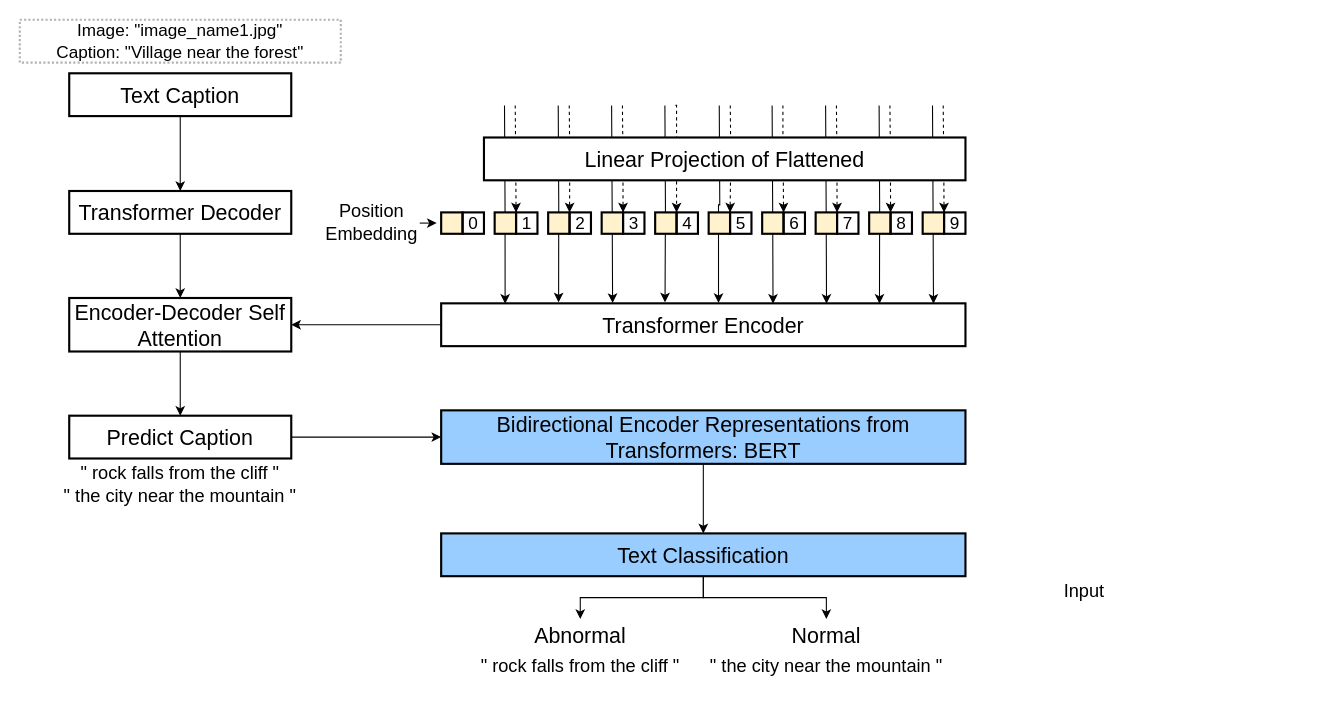
MingNarongthat/Anomaly_Transformers keeps this draw.io diagram as page "Architecture Flow Classification" (3 of 7) of Architecture.drawio. Above is the earlier version. Source tidied: cells renumbered, new cells numbered last; positions are measured from the earlier drawing's top-left corner, leaving out a move shared by most shapes. Both pictures are drawn from the tidied source at 107%, with x=0, y=0 at pixel (-739, 19).
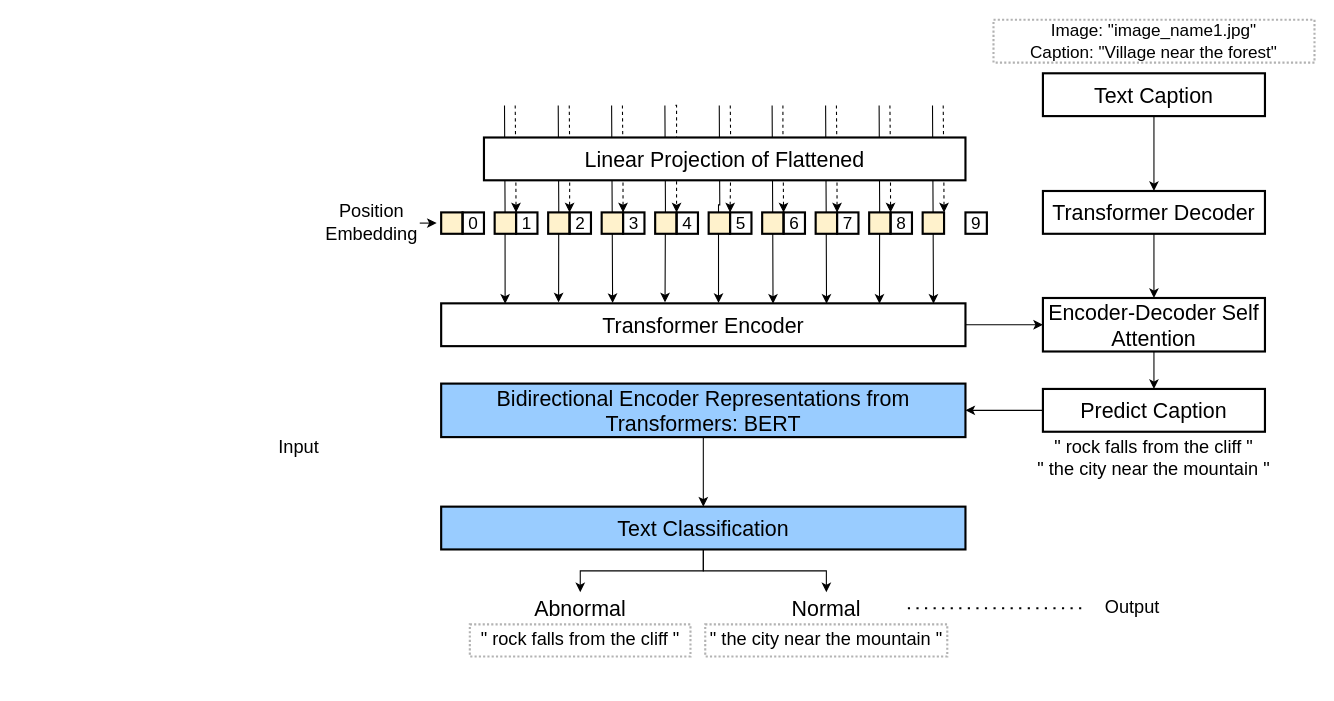
Above is the later version.

Unchanged cells that the change refers to:
```xml
<mxCell id="31" value="Transformer Encoder" style="rounded=0;whiteSpace=wrap;html=1;strokeWidth=2;fontSize=20;" parent="1" vertex="1">
  <mxGeometry x="1102.8" y="265" width="490" height="40" as="geometry" />
</mxCell>
```

What changed in the source:
```diff
@@
     <mxCell id="23" value="Text Caption" style="rounded=0;whiteSpace=wrap;html=1;strokeWidth=2;fontSize=20;" parent="1" vertex="1">
-      <mxGeometry x="755.2" y="50" width="207.5" height="40" as="geometry" />
+      <mxGeometry x="1665.2" y="50" width="207.5" height="40" as="geometry" />
     </mxCell>
-    <mxCell id="24" style="edgeStyle=orthogonalEdgeStyle;shape=connector;rounded=0;sketch=0;jumpStyle=none;jettySize=auto;html=1;exitX=1;exitY=0.5;exitDx=0;exitDy=0;entryX=0;entryY=0.5;entryDx=0;entryDy=0;shadow=0;labelBackgroundColor=default;strokeColor=default;fontFamily=Helvetica;fontSize=16;fontColor=default;endArrow=classic;" parent="1" edge="1" source="25" target="33">
+    <mxCell id="24" style="edgeStyle=orthogonalEdgeStyle;rounded=0;jettySize=auto;html=1;exitX=0;exitY=0.5;exitDx=0;exitDy=0;entryX=1;entryY=0.5;entryDx=0;entryDy=0;" parent="1" edge="1" source="25" target="33">
       <mxGeometry relative="1" as="geometry" />
     </mxCell>
     <mxCell id="25" value="Predict Caption" style="rounded=0;whiteSpace=wrap;html=1;strokeWidth=2;fontSize=20;" parent="1" vertex="1">
-      <mxGeometry x="755.2" y="370" width="207.5" height="40" as="geometry" />
+      <mxGeometry x="1665.2" y="345" width="207.5" height="40" as="geometry" />
     </mxCell>
     <mxCell id="26" value="Image: &quot;image_name1.jpg&quot;&lt;br style=&quot;font-size: 16px;&quot;&gt;Caption: &quot;Village near the forest&quot;" style="rounded=0;whiteSpace=wrap;html=1;strokeColor=default;strokeWidth=2;fillColor=none;gradientColor=default;dashed=1;dashPattern=1 1;perimeterSpacing=2;opacity=30;fontSize=16;" parent="1" vertex="1">
-      <mxGeometry x="709" width="300" height="40" as="geometry" />
+      <mxGeometry x="1619" width="300" height="40" as="geometry" />
     </mxCell>
@@
     <mxCell id="28" value="Transformer Decoder" style="rounded=0;whiteSpace=wrap;html=1;strokeWidth=2;fontSize=20;" parent="1" vertex="1">
-      <mxGeometry x="755.2" y="160" width="207.5" height="40" as="geometry" />
+      <mxGeometry x="1665.2" y="160" width="207.5" height="40" as="geometry" />
     </mxCell>
@@
-    <mxCell id="30" style="edgeStyle=orthogonalEdgeStyle;shape=connector;rounded=0;sketch=0;jumpStyle=none;jettySize=auto;html=1;exitX=0;exitY=0.5;exitDx=0;exitDy=0;entryX=1;entryY=0.5;entryDx=0;entryDy=0;shadow=0;labelBackgroundColor=default;strokeColor=default;fontFamily=Helvetica;fontSize=16;fontColor=default;endArrow=classic;" parent="1" edge="1" source="31" target="41">
+    <mxCell id="30" style="edgeStyle=orthogonalEdgeStyle;rounded=0;jettySize=auto;html=1;exitX=1;exitY=0.5;exitDx=0;exitDy=0;entryX=0;entryY=0.5;entryDx=0;entryDy=0;" parent="1" edge="1" source="31" target="41">
       <mxGeometry relative="1" as="geometry" />
     </mxCell>
@@
     <mxCell id="33" value="Bidirectional Encoder Representations from Transformers: BERT" style="rounded=0;whiteSpace=wrap;html=1;strokeColor=#000000;strokeWidth=2;fillColor=#99CCFF;gradientColor=none;fontSize=20;" parent="1" vertex="1">
-      <mxGeometry x="1102.8" y="365" width="490" height="50" as="geometry" />
+      <mxGeometry x="1102.8" y="340" width="490" height="50" as="geometry" />
     </mxCell>
@@
     <mxCell id="36" value="Text Classification" style="rounded=0;whiteSpace=wrap;html=1;strokeColor=#000000;strokeWidth=2;fillColor=#99CCFF;gradientColor=none;fontSize=20;" parent="1" vertex="1">
-      <mxGeometry x="1102.8" y="480" width="490" height="40" as="geometry" />
+      <mxGeometry x="1102.8" y="455" width="490" height="40" as="geometry" />
     </mxCell>
     <mxCell id="37" value="Input" style="rounded=0;whiteSpace=wrap;html=1;fontSize=17;fillColor=none;strokeColor=none;align=center;" parent="1" vertex="1">
-      <mxGeometry x="1659" y="520" width="90" height="30" as="geometry" />
+      <mxGeometry x="925.3" y="385" width="90" height="30" as="geometry" />
     </mxCell>
@@
     <mxCell id="40" value="&quot; rock falls from the cliff &quot;&lt;br&gt;&quot; the city near the mountain &quot;" style="rounded=0;whiteSpace=wrap;html=1;fontSize=17;fillColor=none;strokeColor=none;align=center;" parent="1" vertex="1">
-      <mxGeometry x="729" y="420" width="260" height="30" as="geometry" />
+      <mxGeometry x="1639" y="395" width="260" height="30" as="geometry" />
     </mxCell>
     <mxCell id="41" value="Encoder-Decoder Self Attention" style="rounded=0;whiteSpace=wrap;html=1;strokeWidth=2;fontSize=20;flipH=0;flipV=0;" parent="1" vertex="1">
-      <mxGeometry x="755.2" y="260" width="207.5" height="50" as="geometry" />
+      <mxGeometry x="1665.2" y="260" width="207.5" height="50" as="geometry" />
     </mxCell>
@@
     <mxCell id="61" value="9" style="rounded=0;whiteSpace=wrap;html=1;fontFamily=Helvetica;fontSize=16;fontColor=default;fillColor=none;strokeWidth=2;" parent="1" vertex="1">
-      <mxGeometry x="1572.8" y="180" width="20" height="20" as="geometry" />
+      <mxGeometry x="1592.8" y="180" width="20" height="20" as="geometry" />
     </mxCell>
     <mxCell id="62" value="Abnormal" style="rounded=0;whiteSpace=wrap;html=1;fontSize=20;fillColor=none;strokeColor=none;align=center;" parent="1" vertex="1">
-      <mxGeometry x="1187.8" y="560" width="90" height="30" as="geometry" />
+      <mxGeometry x="1187.8" y="535" width="90" height="30" as="geometry" />
     </mxCell>
     <mxCell id="63" value="Normal" style="rounded=0;whiteSpace=wrap;html=1;fontSize=20;fillColor=none;strokeColor=none;align=center;" parent="1" vertex="1">
-      <mxGeometry x="1417.8" y="560" width="90" height="30" as="geometry" />
+      <mxGeometry x="1417.8" y="535" width="90" height="30" as="geometry" />
     </mxCell>
-    <mxCell id="64" value="&quot; rock falls from the cliff &quot;" style="rounded=0;whiteSpace=wrap;html=1;fontSize=17;fillColor=none;strokeColor=none;align=center;" parent="1" vertex="1">
-      <mxGeometry x="1102.8" y="590" width="260" height="30" as="geometry" />
+    <mxCell id="64" value="&quot; rock falls from the cliff &quot;" style="rounded=0;whiteSpace=wrap;html=1;fontSize=17;fillColor=none;strokeColor=#B3B3B3;align=center;dashed=1;dashPattern=1 1;strokeWidth=2;" parent="1" vertex="1">
+      <mxGeometry x="1129.6" y="565" width="206.2" height="30" as="geometry" />
     </mxCell>
-    <mxCell id="65" value="&quot; the city near the mountain &quot;" style="rounded=0;whiteSpace=wrap;html=1;fontSize=17;fillColor=none;strokeColor=none;align=center;" parent="1" vertex="1">
-      <mxGeometry x="1332.8" y="590" width="260" height="30" as="geometry" />
+    <mxCell id="65" value="&quot; the city near the mountain &quot;" style="rounded=0;whiteSpace=wrap;html=1;fontSize=17;fillColor=none;strokeColor=#B3B3B3;align=center;dashed=1;strokeWidth=2;dashPattern=1 1;" parent="1" vertex="1">
+      <mxGeometry x="1349.6" y="565" width="226.2" height="30" as="geometry" />
     </mxCell>
+    <mxCell id="66" value="Output" style="rounded=0;whiteSpace=wrap;html=1;fontSize=17;fillColor=none;strokeColor=none;align=center;" parent="1" vertex="1">
+      <mxGeometry x="1704" y="535" width="90" height="30" as="geometry" />
+    </mxCell>
+    <mxCell id="67" style="edgeStyle=orthogonalEdgeStyle;rounded=0;orthogonalLoop=1;jettySize=auto;html=1;exitX=1;exitY=0.5;exitDx=0;exitDy=0;entryX=0;entryY=0.5;entryDx=0;entryDy=0;" parent="1" edge="1">
+      <mxGeometry relative="1" as="geometry">
+        <mxPoint x="1031.7" y="61.6" as="sourcePoint" />
+      </mxGeometry>
+    </mxCell>
+    <mxCell id="68" style="edgeStyle=orthogonalEdgeStyle;rounded=0;orthogonalLoop=1;jettySize=auto;html=1;exitX=0.5;exitY=0;exitDx=0;exitDy=0;entryX=0.5;entryY=1;entryDx=0;entryDy=0;" parent="1" edge="1">
+      <mxGeometry relative="1" as="geometry">
+        <mxPoint x="970.3" y="121.6" as="targetPoint" />
+      </mxGeometry>
+    </mxCell>
+    <mxCell id="69" style="endArrow=none;dashed=1;html=1;dashPattern=1 3;strokeWidth=2;rounded=0;entryX=0;entryY=0.5;entryDx=0;entryDy=0;" parent="1" edge="1" target="66">
+      <mxGeometry relative="1" as="geometry">
+        <mxPoint x="1539" y="550" as="sourcePoint" />
+      </mxGeometry>
+    </mxCell>
```
